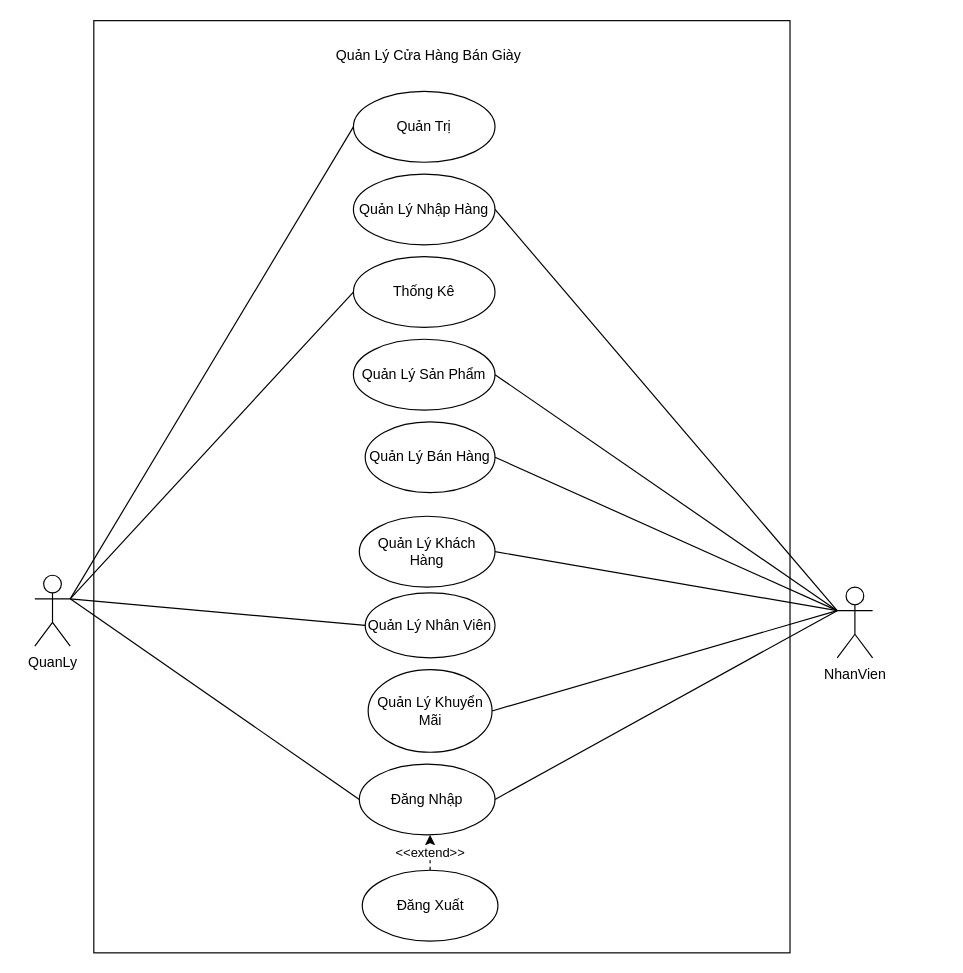
maivantai2003/Database keeps this draw.io diagram as UseCase3.drawio. Above is the earlier version. Source tidied: cells renumbered, new cells numbered last; positions are measured from the earlier drawing's top-left corner, leaving out a move shared by most shapes. Both pictures are drawn from the tidied source at 118%, with x=0, y=0 at pixel (34, 20).
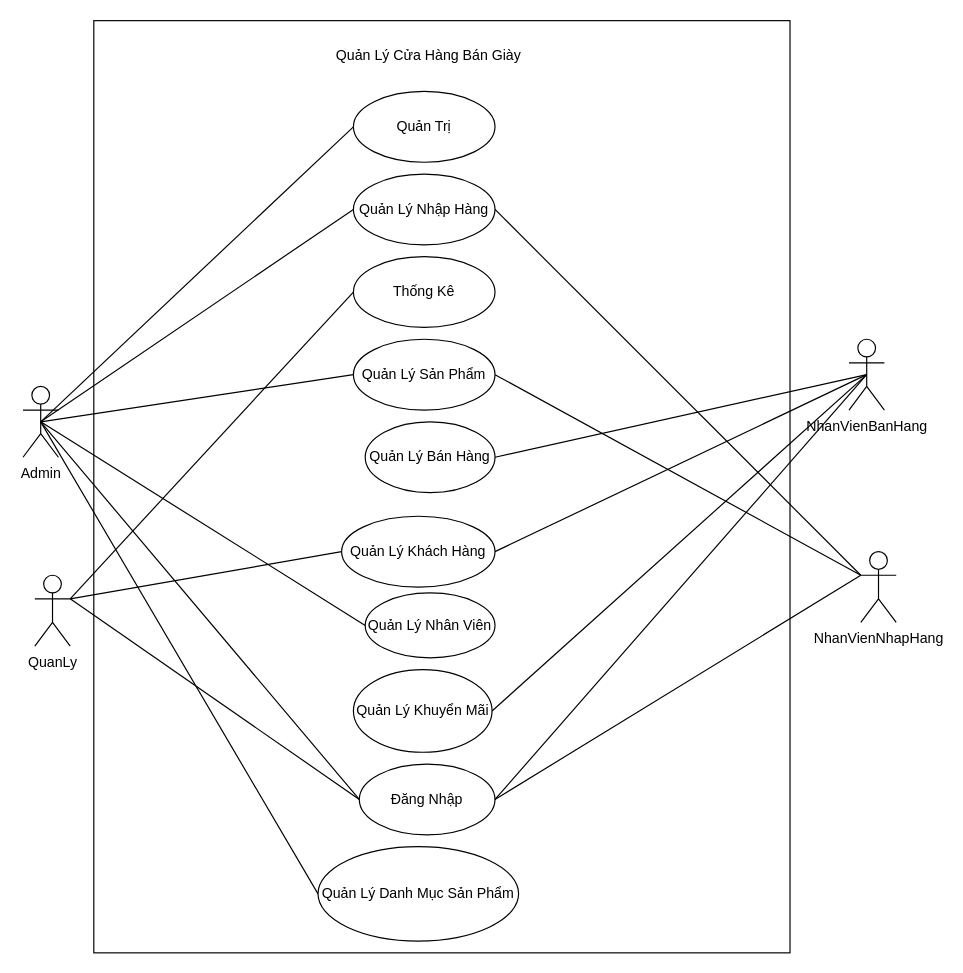
The same diagram, later.

Commit message:
Cập nhật UseCase3.drawio

The change refers to these unchanged cells:
```xml
<mxCell id="6" value="Quản Lý Nhập Hàng" style="ellipse;whiteSpace=wrap;html=1;" parent="1" vertex="1">
  <mxGeometry x="270" y="130" width="120" height="60" as="geometry" />
</mxCell>
<mxCell id="7" value="QuanLy" style="shape=umlActor;verticalLabelPosition=bottom;verticalAlign=top;html=1;outlineConnect=0;" parent="1" vertex="1">
  <mxGeometry y="470" width="30" height="60" as="geometry" />
</mxCell>
<mxCell id="8" value="Quản Trị" style="ellipse;whiteSpace=wrap;html=1;" parent="1" vertex="1">
  <mxGeometry x="270" y="60" width="120" height="60" as="geometry" />
</mxCell>
<mxCell id="11" value="Quản Lý Bán Hàng" style="ellipse;whiteSpace=wrap;html=1;" parent="1" vertex="1">
  <mxGeometry x="280" y="340" width="110" height="60" as="geometry" />
</mxCell>
<mxCell id="12" value="Quản Lý Sản Phẩm" style="ellipse;whiteSpace=wrap;html=1;" parent="1" vertex="1">
  <mxGeometry x="270" y="270" width="120" height="60" as="geometry" />
</mxCell>
<mxCell id="14" value="Quản Lý Nhân Viên" style="ellipse;whiteSpace=wrap;html=1;" parent="1" vertex="1">
  <mxGeometry x="280" y="485" width="110" height="55" as="geometry" />
</mxCell>
<mxCell id="15" value="Đăng Nhập" style="ellipse;whiteSpace=wrap;html=1;" parent="1" vertex="1">
  <mxGeometry x="275" y="630" width="115" height="60" as="geometry" />
</mxCell>
```

Diff of the diagram source:
```diff
@@
-    <mxCell id="3" value="NhanVien" style="shape=umlActor;verticalLabelPosition=bottom;verticalAlign=top;html=1;outlineConnect=0;" parent="1" vertex="1">
-      <mxGeometry x="680" y="480" width="30" height="60" as="geometry" />
+    <mxCell id="3" value="NhanVienNhapHang" style="shape=umlActor;verticalLabelPosition=bottom;verticalAlign=top;html=1;outlineConnect=0;" parent="1" vertex="1">
+      <mxGeometry x="700" y="450" width="30" height="60" as="geometry" />
     </mxCell>
-    <mxCell id="4" value="Đăng Xuất" style="ellipse;whiteSpace=wrap;html=1;" parent="1" vertex="1">
-      <mxGeometry x="277.5" y="720" width="115" height="60" as="geometry" />
-    </mxCell>
     <mxCell id="5" value="Quản Lý Khách Hàng" style="ellipse;whiteSpace=wrap;html=1;" parent="1" vertex="1">
-      <mxGeometry x="275" y="420" width="115" height="60" as="geometry" />
+      <mxGeometry x="260" y="420" width="130" height="60" as="geometry" />
     </mxCell>
@@
     <mxCell id="10" value="Quản Lý Khuyển Mãi" style="ellipse;whiteSpace=wrap;html=1;" parent="1" vertex="1">
-      <mxGeometry x="282.5" y="550" width="105" height="70" as="geometry" />
+      <mxGeometry x="270" y="550" width="117.5" height="70" as="geometry" />
     </mxCell>
@@
-    <mxCell id="16" style="endArrow=none;html=1;rounded=0;exitX=1;exitY=0.3333333333333333;exitDx=0;exitDy=0;exitPerimeter=0;entryX=0;entryY=0.5;entryDx=0;entryDy=0;endFill=0;" parent="1" edge="1" source="7" target="8">
+    <mxCell id="16" style="endArrow=none;html=1;rounded=0;exitX=0.5;exitY=0.5;exitDx=0;exitDy=0;exitPerimeter=0;entryX=0;entryY=0.5;entryDx=0;entryDy=0;endFill=0;" parent="1" edge="1" source="27" target="8">
       <mxGeometry relative="1" as="geometry" />
     </mxCell>
@@
-    <mxCell id="19" style="endArrow=none;html=1;rounded=0;exitX=0;exitY=0.3333333333333333;exitDx=0;exitDy=0;exitPerimeter=0;entryX=1;entryY=0.5;entryDx=0;entryDy=0;endFill=0;" parent="1" edge="1" source="3" target="11">
+    <mxCell id="19" style="endArrow=none;html=1;rounded=0;entryX=1;entryY=0.5;entryDx=0;entryDy=0;endFill=0;exitX=0.5;exitY=0.5;exitDx=0;exitDy=0;exitPerimeter=0;" parent="1" edge="1" source="28" target="11">
       <mxGeometry relative="1" as="geometry" />
     </mxCell>
-    <mxCell id="20" style="endArrow=none;html=1;rounded=0;exitX=0;exitY=0.3333333333333333;exitDx=0;exitDy=0;exitPerimeter=0;entryX=1;entryY=0.5;entryDx=0;entryDy=0;endFill=0;" parent="1" edge="1" source="3" target="5">
+    <mxCell id="20" style="endArrow=none;html=1;rounded=0;exitX=0.5;exitY=0.5;exitDx=0;exitDy=0;exitPerimeter=0;entryX=1;entryY=0.5;entryDx=0;entryDy=0;endFill=0;" parent="1" edge="1" source="28" target="5">
       <mxGeometry relative="1" as="geometry" />
     </mxCell>
-    <mxCell id="21" style="endArrow=none;html=1;rounded=0;exitX=1;exitY=0.3333333333333333;exitDx=0;exitDy=0;exitPerimeter=0;entryX=0;entryY=0.5;entryDx=0;entryDy=0;endFill=0;" parent="1" edge="1" source="7" target="14">
-      <mxGeometry relative="1" as="geometry" />
-    </mxCell>
@@
-    <mxCell id="25" style="endArrow=none;html=1;rounded=0;exitX=0;exitY=0.3333333333333333;exitDx=0;exitDy=0;exitPerimeter=0;entryX=1;entryY=0.5;entryDx=0;entryDy=0;endFill=0;" parent="1" edge="1" source="3" target="10">
-      <mxGeometry relative="1" as="geometry" />
-    </mxCell>
-    <mxCell id="26" value="&amp;lt;&amp;lt;extend&amp;gt;&amp;gt;" style="endArrow=classic;html=1;rounded=0;exitX=0.5;exitY=0;exitDx=0;exitDy=0;dashed=1;" parent="1" edge="1" source="4">
-      <mxGeometry relative="1" as="geometry">
-        <mxPoint x="335" y="690" as="targetPoint" />
-      </mxGeometry>
-    </mxCell>
+    <mxCell id="27" value="Admin" style="shape=umlActor;verticalLabelPosition=bottom;verticalAlign=top;html=1;outlineConnect=0;" parent="1" vertex="1">
+      <mxGeometry x="-10" y="310" width="30" height="60" as="geometry" />
+    </mxCell>
+    <mxCell id="28" value="NhanVienBanHang" style="shape=umlActor;verticalLabelPosition=bottom;verticalAlign=top;html=1;outlineConnect=0;" parent="1" vertex="1">
+      <mxGeometry x="690" y="270" width="30" height="60" as="geometry" />
+    </mxCell>
+    <mxCell id="29" style="endArrow=none;html=1;rounded=0;exitX=1;exitY=0.5;exitDx=0;exitDy=0;entryX=0.5;entryY=0.5;entryDx=0;entryDy=0;entryPerimeter=0;" parent="1" edge="1" source="15" target="28">
+      <mxGeometry relative="1" as="geometry" />
+    </mxCell>
+    <mxCell id="30" style="endArrow=none;html=1;rounded=0;exitX=1;exitY=0.5;exitDx=0;exitDy=0;entryX=0.5;entryY=0.5;entryDx=0;entryDy=0;entryPerimeter=0;" parent="1" edge="1" source="10" target="28">
+      <mxGeometry relative="1" as="geometry" />
+    </mxCell>
+    <mxCell id="31" value="Quản Lý Danh Mục Sản Phẩm" style="ellipse;whiteSpace=wrap;html=1;" parent="1" vertex="1">
+      <mxGeometry x="240" y="700" width="170" height="80" as="geometry" />
+    </mxCell>
+    <mxCell id="32" style="endArrow=none;html=1;rounded=0;exitX=0;exitY=0.5;exitDx=0;exitDy=0;entryX=0.5;entryY=0.5;entryDx=0;entryDy=0;entryPerimeter=0;" parent="1" edge="1" source="31" target="27">
+      <mxGeometry relative="1" as="geometry" />
+    </mxCell>
+    <mxCell id="33" style="endArrow=none;html=1;rounded=0;exitX=0.5;exitY=0.5;exitDx=0;exitDy=0;exitPerimeter=0;entryX=0;entryY=0.5;entryDx=0;entryDy=0;" parent="1" edge="1" source="27" target="6">
+      <mxGeometry relative="1" as="geometry" />
+    </mxCell>
+    <mxCell id="34" style="endArrow=none;html=1;rounded=0;exitX=0.5;exitY=0.5;exitDx=0;exitDy=0;exitPerimeter=0;entryX=0;entryY=0.5;entryDx=0;entryDy=0;" parent="1" edge="1" source="27" target="12">
+      <mxGeometry relative="1" as="geometry" />
+    </mxCell>
+    <mxCell id="35" style="endArrow=none;html=1;rounded=0;exitX=0;exitY=0.5;exitDx=0;exitDy=0;entryX=1;entryY=0.3333333333333333;entryDx=0;entryDy=0;entryPerimeter=0;" parent="1" edge="1" source="5" target="7">
+      <mxGeometry relative="1" as="geometry" />
+    </mxCell>
+    <mxCell id="36" style="endArrow=none;html=1;rounded=0;exitX=0.5;exitY=0.5;exitDx=0;exitDy=0;exitPerimeter=0;entryX=0;entryY=0.5;entryDx=0;entryDy=0;" parent="1" edge="1" source="27" target="15">
+      <mxGeometry relative="1" as="geometry" />
+    </mxCell>
+    <mxCell id="37" style="endArrow=none;html=1;rounded=0;exitX=0.5;exitY=0.5;exitDx=0;exitDy=0;exitPerimeter=0;entryX=0;entryY=0.5;entryDx=0;entryDy=0;" parent="1" edge="1" source="27" target="14">
+      <mxGeometry relative="1" as="geometry" />
+    </mxCell>
```
